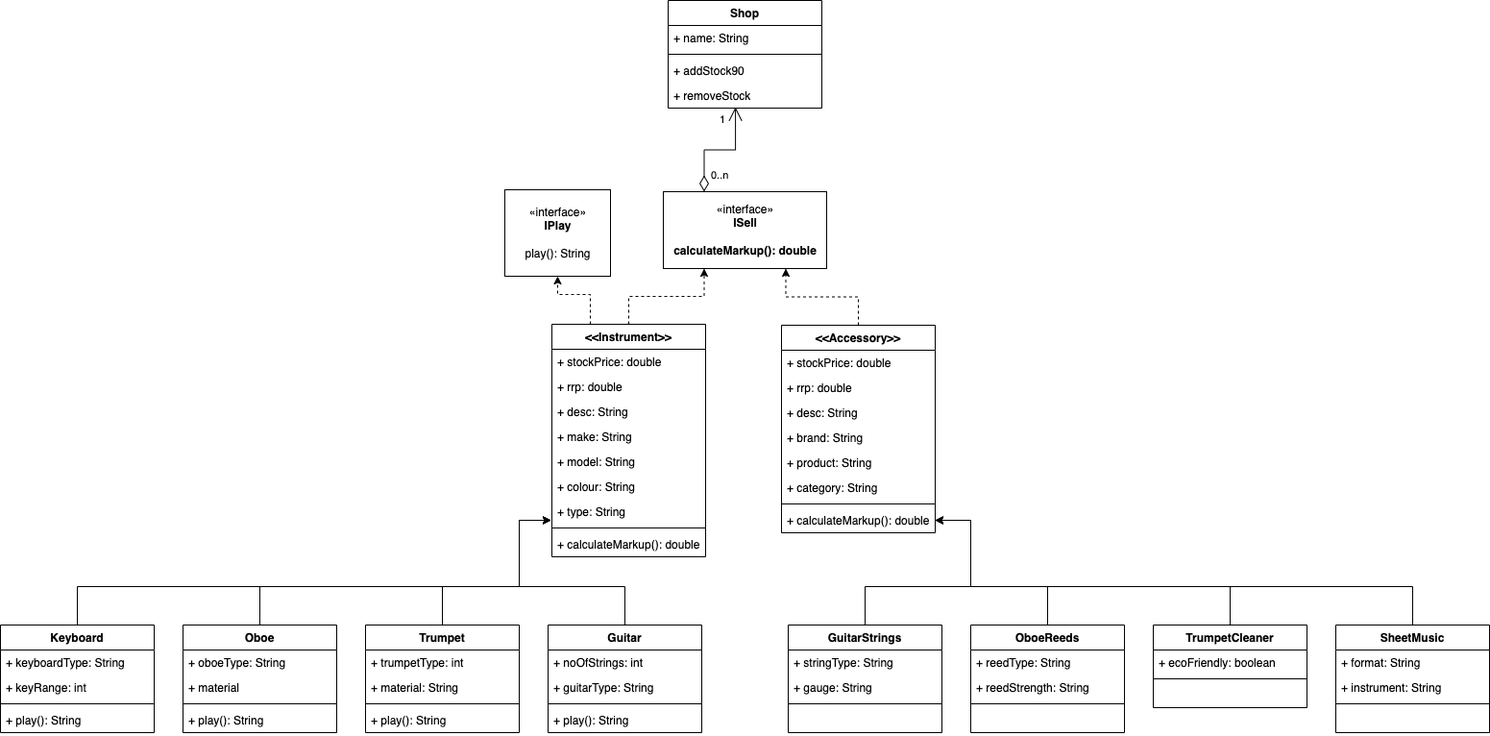
This is planning/Revised Class diagram - music shop.png from Peetfire/w12_we_homework_rays_music_exchange, a draw.io export, as it was before one commit. Source tidied: cells renumbered, new cells last; positions are measured from the earlier drawing's top-left corner, leaving out a move shared by most shapes.
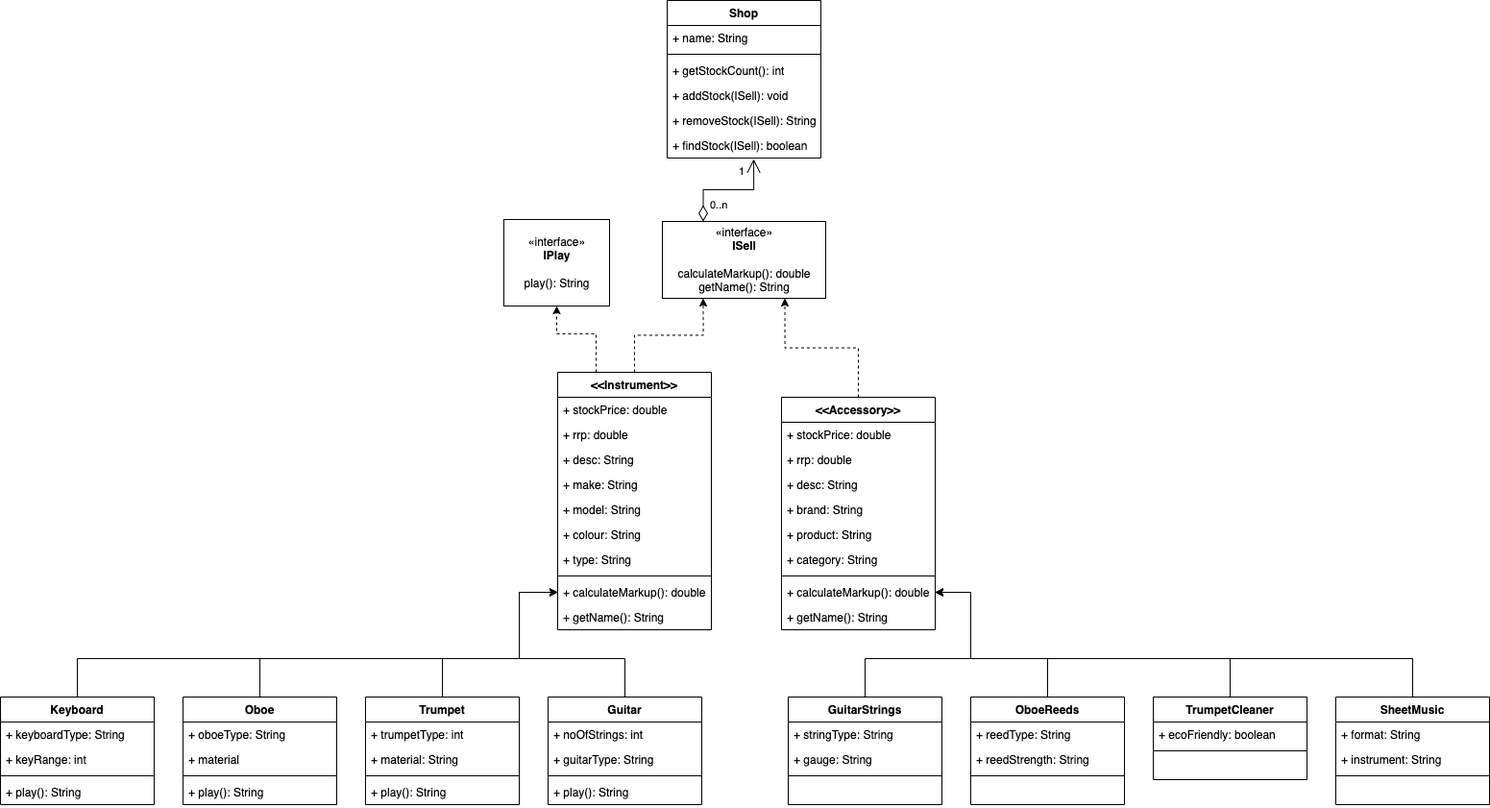
Later version of the same file.

What changed in the source:
```diff
@@ -2,9 +2,8 @@
   <root>
     <mxCell id="0" />
     <mxCell id="1" parent="0" />
-    <mxCell id="2" style="edgeStyle=orthogonalEdgeStyle;rounded=0;jettySize=auto;html=1;entryX=0;entryY=0.5;entryDx=0;entryDy=0;" parent="1" edge="1" source="3">
+    <mxCell id="2" style="edgeStyle=orthogonalEdgeStyle;rounded=0;jettySize=auto;html=1;entryX=0;entryY=0.5;entryDx=0;entryDy=0;" parent="1" edge="1" source="3" target="19">
       <mxGeometry relative="1" as="geometry">
-        <mxPoint x="573" y="541" as="targetPoint" />
         <Array as="points">
           <mxPoint x="650" y="610" />
           <mxPoint x="540" y="610" />
@@ -33,13 +32,13 @@
     <mxCell id="9" style="edgeStyle=orthogonalEdgeStyle;rounded=0;jettySize=auto;html=1;exitX=0.25;exitY=0;exitDx=0;exitDy=0;entryX=0.5;entryY=1;entryDx=0;entryDy=0;dashed=1;" parent="1" edge="1" source="10" target="20">
       <mxGeometry relative="1" as="geometry">
         <Array as="points">
-          <mxPoint x="614" y="306" />
-          <mxPoint x="580" y="306" />
+          <mxPoint x="620" y="272" />
+          <mxPoint x="579" y="272" />
         </Array>
       </mxGeometry>
     </mxCell>
     <mxCell id="10" value="&lt;&lt;Instrument&gt;&gt;" style="swimlane;fontStyle=1;align=center;verticalAlign=top;horizontal=1;startSize=26;" parent="1" vertex="1">
-      <mxGeometry x="574" y="337" width="160" height="242" as="geometry" />
+      <mxGeometry x="580" y="312" width="160" height="268" as="geometry" />
     </mxCell>
     <mxCell id="11" value="+ stockPrice: double" style="text;strokeColor=none;fillColor=none;align=left;verticalAlign=top;spacingLeft=4;spacingRight=4;overflow=hidden;" parent="10" vertex="1">
       <mxGeometry y="26" width="160" height="26" as="geometry" />
@@ -68,11 +67,14 @@
     <mxCell id="19" value="+ calculateMarkup(): double" style="text;strokeColor=none;fillColor=none;align=left;verticalAlign=top;spacingLeft=4;spacingRight=4;overflow=hidden;points=[[0,0.5],[1,0.5]];portConstraint=eastwest;" parent="10" vertex="1">
       <mxGeometry y="216" width="160" height="26" as="geometry" />
     </mxCell>
+    <mxCell id="81" value="+ getName(): String" style="text;strokeColor=none;fillColor=none;align=left;verticalAlign=top;spacingLeft=4;spacingRight=4;overflow=hidden;" parent="10" vertex="1">
+      <mxGeometry y="242" width="160" height="26" as="geometry" />
+    </mxCell>
     <mxCell id="20" value="«interface»&lt;br&gt;&lt;b&gt;IPlay&lt;/b&gt;&lt;br&gt;&lt;br&gt;play(): String" style="html=1;" parent="1" vertex="1">
-      <mxGeometry x="525" y="197" width="110" height="90" as="geometry" />
+      <mxGeometry x="524" y="153" width="110" height="90" as="geometry" />
     </mxCell>
-    <mxCell id="21" value="«interface»&lt;br&gt;&lt;b&gt;ISell&lt;br&gt;&lt;br&gt;calculateMarkup(): double&lt;br&gt;&lt;/b&gt;" style="html=1;" parent="1" vertex="1">
-      <mxGeometry x="690" y="199" width="170" height="80" as="geometry" />
+    <mxCell id="21" value="«interface»&lt;br&gt;&lt;b&gt;ISell&lt;/b&gt;&lt;br&gt;&lt;br&gt;calculateMarkup(): double&lt;br&gt;getName(): String" style="html=1;" parent="1" vertex="1">
+      <mxGeometry x="689" y="155" width="170" height="80" as="geometry" />
     </mxCell>
     <mxCell id="22" style="edgeStyle=orthogonalEdgeStyle;rounded=0;jettySize=auto;html=1;entryX=1;entryY=0.5;entryDx=0;entryDy=0;" parent="1" edge="1" source="23" target="37">
       <mxGeometry relative="1" as="geometry">
@@ -102,7 +104,7 @@
       <mxGeometry relative="1" as="geometry" />
     </mxCell>
     <mxCell id="29" value="&lt;&lt;Accessory&gt;&gt;" style="swimlane;fontStyle=1;align=center;verticalAlign=top;horizontal=1;startSize=26;" parent="1" vertex="1">
-      <mxGeometry x="813" y="338" width="160" height="216" as="geometry" />
+      <mxGeometry x="813" y="338" width="160" height="242" as="geometry" />
     </mxCell>
     <mxCell id="30" value="+ stockPrice: double" style="text;strokeColor=none;fillColor=none;align=left;verticalAlign=top;spacingLeft=4;spacingRight=4;overflow=hidden;" parent="29" vertex="1">
       <mxGeometry y="26" width="160" height="26" as="geometry" />
@@ -128,6 +130,9 @@
     <mxCell id="37" value="+ calculateMarkup(): double" style="text;strokeColor=none;fillColor=none;align=left;verticalAlign=top;spacingLeft=4;spacingRight=4;overflow=hidden;points=[[0,0.5],[1,0.5]];portConstraint=eastwest;" parent="29" vertex="1">
       <mxGeometry y="190" width="160" height="26" as="geometry" />
     </mxCell>
+    <mxCell id="82" value="+ getName(): String" style="text;strokeColor=none;fillColor=none;align=left;verticalAlign=top;spacingLeft=4;spacingRight=4;overflow=hidden;" parent="29" vertex="1">
+      <mxGeometry y="216" width="160" height="26" as="geometry" />
+    </mxCell>
     <mxCell id="38" style="edgeStyle=orthogonalEdgeStyle;rounded=0;jettySize=auto;html=1;exitX=0.5;exitY=0;exitDx=0;exitDy=0;entryX=1;entryY=0.5;entryDx=0;entryDy=0;" parent="1" edge="1" source="39" target="37">
       <mxGeometry relative="1" as="geometry">
         <Array as="points">
@@ -197,9 +202,8 @@
     <mxCell id="54" value="    " style="text;strokeColor=none;fillColor=none;align=left;verticalAlign=top;spacingLeft=4;spacingRight=4;overflow=hidden;" parent="51" vertex="1">
       <mxGeometry y="60" width="160" height="26" as="geometry" />
     </mxCell>
-    <mxCell id="55" style="edgeStyle=orthogonalEdgeStyle;rounded=0;jettySize=auto;html=1;entryX=0;entryY=0.5;entryDx=0;entryDy=0;" parent="1" edge="1" source="56">
+    <mxCell id="55" style="edgeStyle=orthogonalEdgeStyle;rounded=0;jettySize=auto;html=1;entryX=0;entryY=0.5;entryDx=0;entryDy=0;" parent="1" edge="1" source="56" target="19">
       <mxGeometry relative="1" as="geometry">
-        <mxPoint x="573" y="541" as="targetPoint" />
         <Array as="points">
           <mxPoint x="460" y="610" />
           <mxPoint x="540" y="610" />
@@ -222,9 +226,8 @@
     <mxCell id="60" value="+ play(): String" style="text;strokeColor=none;fillColor=none;align=left;verticalAlign=top;spacingLeft=4;spacingRight=4;overflow=hidden;" parent="56" vertex="1">
       <mxGeometry y="86" width="160" height="26" as="geometry" />
     </mxCell>
-    <mxCell id="61" style="edgeStyle=orthogonalEdgeStyle;rounded=0;jettySize=auto;html=1;entryX=0;entryY=0.5;entryDx=0;entryDy=0;" parent="1" edge="1" source="62">
+    <mxCell id="61" style="edgeStyle=orthogonalEdgeStyle;rounded=0;jettySize=auto;html=1;entryX=0;entryY=0.5;entryDx=0;entryDy=0;" parent="1" edge="1" source="62" target="19">
       <mxGeometry relative="1" as="geometry">
-        <mxPoint x="573" y="541" as="targetPoint" />
         <Array as="points">
           <mxPoint x="270" y="610" />
           <mxPoint x="540" y="610" />
@@ -247,9 +250,8 @@
     <mxCell id="66" value="+ play(): String" style="text;strokeColor=none;fillColor=none;align=left;verticalAlign=top;spacingLeft=4;spacingRight=4;overflow=hidden;" parent="62" vertex="1">
       <mxGeometry y="86" width="160" height="26" as="geometry" />
     </mxCell>
-    <mxCell id="67" style="edgeStyle=orthogonalEdgeStyle;rounded=0;jettySize=auto;html=1;entryX=0;entryY=0.5;entryDx=0;entryDy=0;" parent="1" edge="1" source="68">
+    <mxCell id="67" style="edgeStyle=orthogonalEdgeStyle;rounded=0;jettySize=auto;html=1;entryX=0;entryY=0.5;entryDx=0;entryDy=0;" parent="1" edge="1" source="68" target="19">
       <mxGeometry relative="1" as="geometry">
-        <mxPoint x="573" y="541" as="targetPoint" />
         <Array as="points">
           <mxPoint x="80" y="610" />
           <mxPoint x="540" y="610" />
@@ -273,7 +275,7 @@
       <mxGeometry y="86" width="160" height="26" as="geometry" />
     </mxCell>
     <mxCell id="73" value="Shop" style="swimlane;fontStyle=1;align=center;verticalAlign=top;horizontal=1;startSize=26;" parent="1" vertex="1">
-      <mxGeometry x="695" width="160" height="112" as="geometry" />
+      <mxGeometry x="694" y="-75" width="160" height="164" as="geometry" />
     </mxCell>
     <mxCell id="74" value="+ name: String" style="text;strokeColor=none;fillColor=none;align=left;verticalAlign=top;spacingLeft=4;spacingRight=4;overflow=hidden;" parent="73" vertex="1">
       <mxGeometry y="26" width="160" height="26" as="geometry" />
@@ -281,13 +283,19 @@
     <mxCell id="75" style="line;strokeWidth=1;fillColor=none;align=left;verticalAlign=middle;spacingTop=-1;spacingLeft=3;spacingRight=3;labelPosition=right;" parent="73" vertex="1">
       <mxGeometry y="52" width="160" height="8" as="geometry" />
     </mxCell>
-    <mxCell id="76" value="+ addStock90" style="text;strokeColor=none;fillColor=none;align=left;verticalAlign=top;spacingLeft=4;spacingRight=4;overflow=hidden;" parent="73" vertex="1">
+    <mxCell id="76" value="+ getStockCount(): int" style="text;strokeColor=none;fillColor=none;align=left;verticalAlign=top;spacingLeft=4;spacingRight=4;overflow=hidden;" parent="73" vertex="1">
       <mxGeometry y="60" width="160" height="26" as="geometry" />
     </mxCell>
+    <mxCell id="83" value="+ addStock(ISell): void" style="text;strokeColor=none;fillColor=none;align=left;verticalAlign=top;spacingLeft=4;spacingRight=4;overflow=hidden;" parent="73" vertex="1">
+      <mxGeometry y="86" width="160" height="26" as="geometry" />
+    </mxCell>
-    <mxCell id="77" value="+ removeStock" style="text;strokeColor=none;fillColor=none;align=left;verticalAlign=top;spacingLeft=4;spacingRight=4;overflow=hidden;points=[[0,0.5],[1,0.5]];portConstraint=eastwest;" parent="73" vertex="1">
-      <mxGeometry y="86" width="160" height="26" as="geometry" />
+    <mxCell id="77" value="+ removeStock(ISell): String" style="text;strokeColor=none;fillColor=none;align=left;verticalAlign=top;spacingLeft=4;spacingRight=4;overflow=hidden;points=[[0,0.5],[1,0.5]];portConstraint=eastwest;" parent="73" vertex="1">
+      <mxGeometry y="112" width="160" height="26" as="geometry" />
     </mxCell>
+    <mxCell id="84" value="+ findStock(ISell): boolean" style="text;strokeColor=none;fillColor=none;align=left;verticalAlign=top;spacingLeft=4;spacingRight=4;overflow=hidden;points=[[0,0.5],[1,0.5]];portConstraint=eastwest;" parent="73" vertex="1">
+      <mxGeometry y="138" width="160" height="26" as="geometry" />
+    </mxCell>
-    <mxCell id="78" style="endArrow=open;html=1;endSize=12;startArrow=diamondThin;startSize=14;startFill=0;edgeStyle=orthogonalEdgeStyle;rounded=0;entryX=0.438;entryY=0.962;entryDx=0;entryDy=0;exitX=0.25;exitY=0;exitDx=0;exitDy=0;entryPerimeter=0;" parent="1" edge="1" source="21" target="77">
+    <mxCell id="78" style="endArrow=open;html=1;endSize=12;startArrow=diamondThin;startSize=14;startFill=0;edgeStyle=orthogonalEdgeStyle;rounded=0;entryX=0.563;entryY=1.038;entryDx=0;entryDy=0;exitX=0.25;exitY=0;exitDx=0;exitDy=0;entryPerimeter=0;" parent="1" edge="1" source="21" target="84">
       <mxGeometry x="0.47" y="-41" relative="1" as="geometry" />
     </mxCell>
     <mxCell id="79" value="0..n" style="edgeLabel;html=1;align=left;verticalAlign=top;" parent="78" vertex="1">
```
